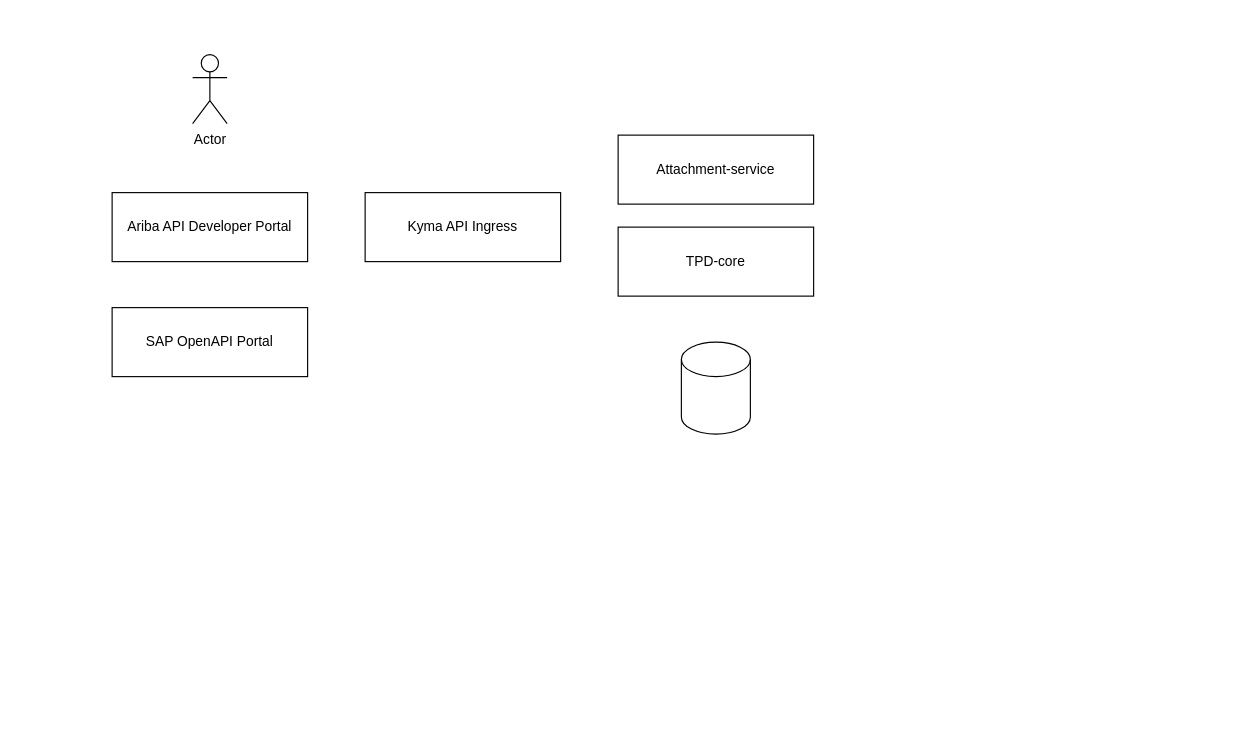
Before: certification-ng.drawio in huangshijie/Drawio, a draw.io diagram. Source tidied: cells renumbered, new cells numbered last; positions are measured from the earlier drawing's top-left corner, leaving out a move shared by most shapes. Both pictures are drawn from the tidied source at 115%, with x=0, y=0 at pixel (112, 54).
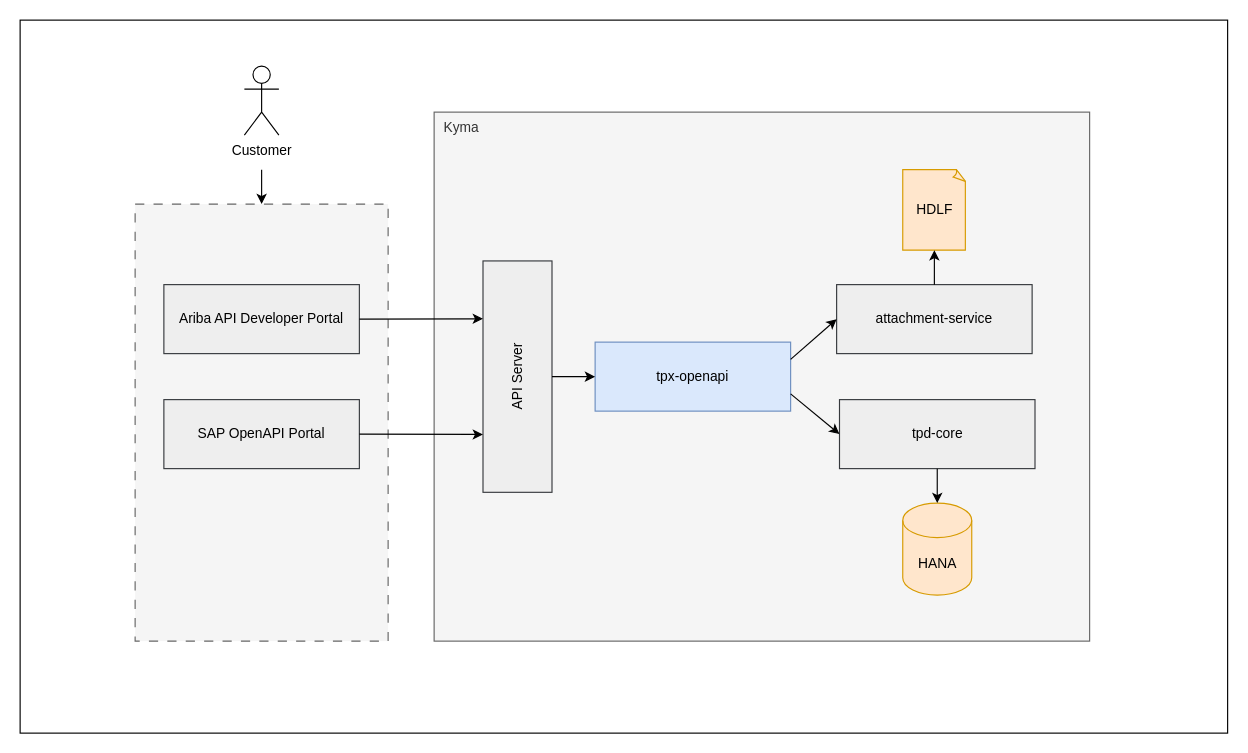
The same diagram, later.

Change to the diagram source:
```diff
@@
+    <mxCell id="9" style="rounded=0;whiteSpace=wrap;html=1;" parent="1" vertex="1">
+      <mxGeometry x="-80" y="-30" width="1050" height="620" as="geometry" />
+    </mxCell>
+    <mxCell id="10" style="rounded=0;whiteSpace=wrap;html=1;fillColor=#f5f5f5;fontColor=#333333;strokeColor=#666666;dashed=1;dashPattern=8 8;" parent="1" vertex="1">
+      <mxGeometry x="20" y="130" width="220" height="380" as="geometry" />
+    </mxCell>
+    <mxCell id="11" value="&amp;nbsp; Kyma" style="rounded=0;whiteSpace=wrap;html=1;fillColor=#f5f5f5;fontColor=#333333;strokeColor=#666666;align=left;verticalAlign=top;" parent="1" vertex="1">
+      <mxGeometry x="280" y="50" width="570" height="460" as="geometry" />
+    </mxCell>
-    <mxCell id="2" value="Ariba API Developer Portal" style="rounded=0;whiteSpace=wrap;html=1;" parent="1" vertex="1">
-      <mxGeometry y="120" width="170" height="60" as="geometry" />
+    <mxCell id="2" value="Ariba API Developer Portal" style="rounded=0;whiteSpace=wrap;html=1;fillColor=#eeeeee;strokeColor=#36393d;" parent="1" vertex="1">
+      <mxGeometry x="45" y="200" width="170" height="60" as="geometry" />
     </mxCell>
-    <mxCell id="3" value="Kyma API Ingress" style="rounded=0;whiteSpace=wrap;html=1;" parent="1" vertex="1">
-      <mxGeometry x="220" y="120" width="170" height="60" as="geometry" />
+    <mxCell id="3" value="API Server" style="rounded=0;whiteSpace=wrap;html=1;fillColor=#eeeeee;strokeColor=#36393d;rotation=-90;" parent="1" vertex="1">
+      <mxGeometry x="251.9" y="250" width="201.2" height="60" as="geometry" />
     </mxCell>
-    <mxCell id="4" value="TPD-core" style="rounded=0;whiteSpace=wrap;html=1;" parent="1" vertex="1">
-      <mxGeometry x="440" y="150" width="170" height="60" as="geometry" />
+    <mxCell id="4" value="tpd-core" style="rounded=0;whiteSpace=wrap;html=1;fillColor=#eeeeee;strokeColor=#36393d;" parent="1" vertex="1">
+      <mxGeometry x="632.5" y="300" width="170" height="60" as="geometry" />
     </mxCell>
-    <mxCell id="5" style="shape=cylinder3;whiteSpace=wrap;html=1;boundedLbl=1;backgroundOutline=1;size=15;" parent="1" vertex="1">
-      <mxGeometry x="495" y="250" width="60" height="80" as="geometry" />
+    <mxCell id="5" value="HANA" style="shape=cylinder3;whiteSpace=wrap;html=1;boundedLbl=1;backgroundOutline=1;size=15;fillColor=#ffe6cc;strokeColor=#d79b00;" parent="1" vertex="1">
+      <mxGeometry x="687.5" y="390" width="60" height="80" as="geometry" />
     </mxCell>
-    <mxCell id="6" value="Actor" style="shape=umlActor;verticalLabelPosition=bottom;verticalAlign=top;html=1;" parent="1" vertex="1">
-      <mxGeometry x="70" width="30" height="60" as="geometry" />
+    <mxCell id="6" value="Customer" style="shape=umlActor;verticalLabelPosition=bottom;verticalAlign=top;html=1;" parent="1" vertex="1">
+      <mxGeometry x="115" y="10" width="30" height="60" as="geometry" />
     </mxCell>
-    <mxCell id="7" value="SAP OpenAPI Portal" style="rounded=0;whiteSpace=wrap;html=1;" parent="1" vertex="1">
-      <mxGeometry y="220" width="170" height="60" as="geometry" />
+    <mxCell id="7" value="SAP OpenAPI Portal" style="rounded=0;whiteSpace=wrap;html=1;fillColor=#eeeeee;strokeColor=#36393d;" parent="1" vertex="1">
+      <mxGeometry x="45" y="300" width="170" height="60" as="geometry" />
     </mxCell>
-    <mxCell id="8" value="Attachment-service" style="rounded=0;whiteSpace=wrap;html=1;" parent="1" vertex="1">
-      <mxGeometry x="440" y="70" width="170" height="60" as="geometry" />
+    <mxCell id="8" value="attachment-service" style="rounded=0;whiteSpace=wrap;html=1;fillColor=#eeeeee;strokeColor=#36393d;" parent="1" vertex="1">
+      <mxGeometry x="630" y="200" width="170" height="60" as="geometry" />
     </mxCell>
+    <mxCell id="12" value="tpx-openapi" style="rounded=0;whiteSpace=wrap;html=1;fillColor=#dae8fc;strokeColor=#6c8ebf;rotation=0;" parent="1" vertex="1">
+      <mxGeometry x="420" y="250" width="170" height="60" as="geometry" />
+    </mxCell>
+    <mxCell id="13" value="HDLF" style="whiteSpace=wrap;html=1;shape=mxgraph.basic.document;fillColor=#ffe6cc;strokeColor=#d79b00;" parent="1" vertex="1">
+      <mxGeometry x="687.5" y="100" width="55" height="70" as="geometry" />
+    </mxCell>
+    <mxCell id="14" style="endArrow=classic;html=1;rounded=0;exitX=1;exitY=0.5;exitDx=0;exitDy=0;entryX=0.75;entryY=0;entryDx=0;entryDy=0;" parent="1" edge="1" source="2" target="3">
+      <mxGeometry relative="1" as="geometry" />
+    </mxCell>
+    <mxCell id="15" style="endArrow=classic;html=1;rounded=0;exitX=1;exitY=0.5;exitDx=0;exitDy=0;entryX=0.25;entryY=0;entryDx=0;entryDy=0;" parent="1" edge="1" source="7" target="3">
+      <mxGeometry relative="1" as="geometry" />
+    </mxCell>
+    <mxCell id="16" style="endArrow=classic;html=1;rounded=0;exitX=0.5;exitY=1;exitDx=0;exitDy=0;" parent="1" edge="1" source="3" target="12">
+      <mxGeometry relative="1" as="geometry" />
+    </mxCell>
+    <mxCell id="17" style="endArrow=classic;html=1;rounded=0;exitX=0.5;exitY=1;exitDx=0;exitDy=0;entryX=0.5;entryY=0;entryDx=0;entryDy=0;entryPerimeter=0;" parent="1" edge="1" source="4" target="5">
+      <mxGeometry relative="1" as="geometry" />
+    </mxCell>
+    <mxCell id="18" style="endArrow=classic;html=1;rounded=0;exitX=0.5;exitY=0;exitDx=0;exitDy=0;entryX=0.5;entryY=1;entryDx=0;entryDy=0;entryPerimeter=0;" parent="1" edge="1" source="8" target="13">
+      <mxGeometry relative="1" as="geometry" />
+    </mxCell>
+    <mxCell id="19" style="endArrow=classic;html=1;rounded=0;exitX=1;exitY=0.25;exitDx=0;exitDy=0;entryX=0;entryY=0.5;entryDx=0;entryDy=0;" parent="1" edge="1" source="12" target="8">
+      <mxGeometry relative="1" as="geometry" />
+    </mxCell>
+    <mxCell id="20" style="endArrow=classic;html=1;rounded=0;exitX=1;exitY=0.75;exitDx=0;exitDy=0;entryX=0;entryY=0.5;entryDx=0;entryDy=0;" parent="1" edge="1" source="12" target="4">
+      <mxGeometry relative="1" as="geometry" />
+    </mxCell>
+    <mxCell id="21" style="endArrow=classic;html=1;rounded=0;entryX=0.5;entryY=0;entryDx=0;entryDy=0;" parent="1" edge="1" target="10">
+      <mxGeometry relative="1" as="geometry">
+        <mxPoint x="130" y="100" as="sourcePoint" />
+      </mxGeometry>
+    </mxCell>
```
